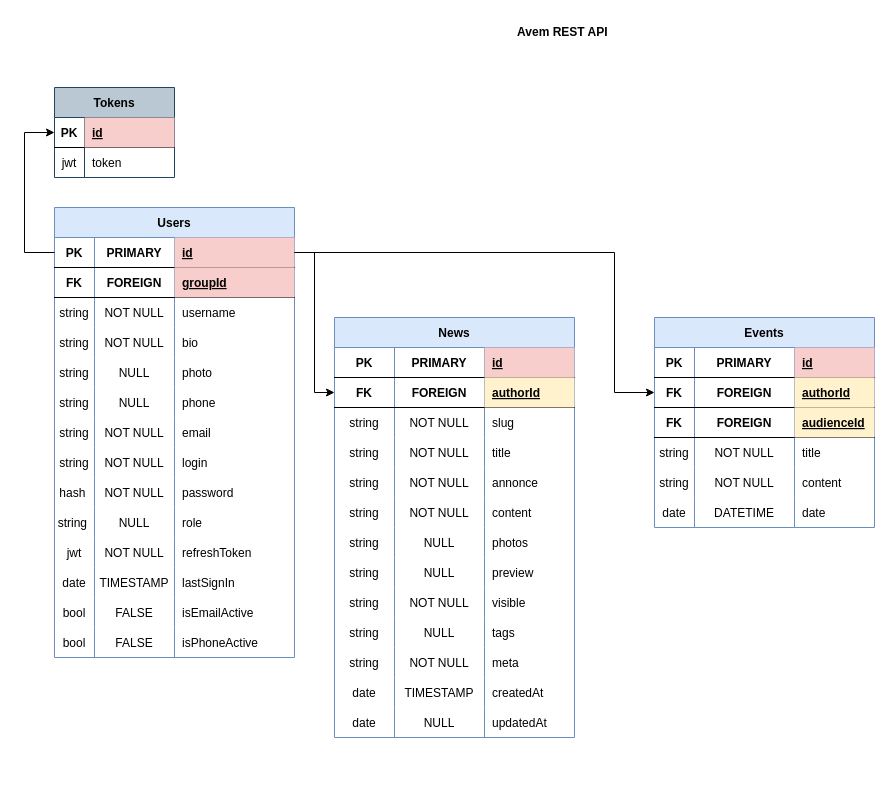
This is Untitled Diagram.drawio from BawNer/avem-server, a draw.io file, before an edit. Source tidied: cells renumbered, new cells numbered last; positions are measured from the earlier drawing's top-left corner, leaving out a move shared by most shapes. Both pictures are drawn from the tidied source at 100%, with x=0, y=0 at pixel (24, 17).
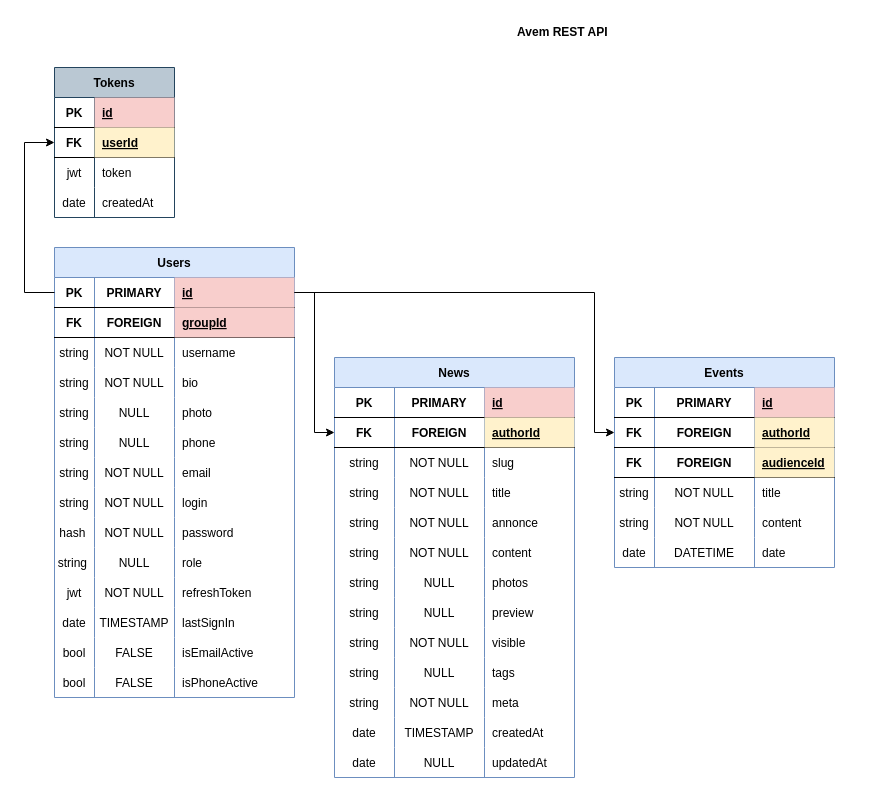
After the change.

The change refers to these unchanged cells:
```xml
<mxCell id="3" style="shape=tableRow;horizontal=0;startSize=0;swimlaneHead=0;swimlaneBody=0;fillColor=none;points=[[0,0.5],[1,0.5]];portConstraint=eastwest;top=0;left=0;right=0;bottom=1;" parent="2" vertex="1">
  <mxGeometry y="30" width="240" height="30" as="geometry" />
</mxCell>
<mxCell id="61" style="shape=tableRow;horizontal=0;startSize=0;swimlaneHead=0;swimlaneBody=0;fillColor=none;points=[[0,0.5],[1,0.5]];portConstraint=eastwest;top=0;left=0;right=0;bottom=1;sketch=0;" parent="60" vertex="1">
  <mxGeometry y="30" width="120" height="30" as="geometry" />
</mxCell>
<mxCell id="73" style="shape=tableRow;horizontal=0;startSize=0;swimlaneHead=0;swimlaneBody=0;fillColor=none;points=[[0,0.5],[1,0.5]];portConstraint=eastwest;top=0;left=0;right=0;bottom=1;sketch=0;" parent="68" vertex="1">
  <mxGeometry y="60" width="240" height="30" as="geometry" />
</mxCell>
<mxCell id="127" style="shape=tableRow;horizontal=0;startSize=0;swimlaneHead=0;swimlaneBody=0;fillColor=none;points=[[0,0.5],[1,0.5]];portConstraint=eastwest;top=0;left=0;right=0;bottom=1;sketch=0;" parent="122" vertex="1">
  <mxGeometry y="60" width="220" height="30" as="geometry" />
</mxCell>
```

What changed in the source:
```diff
@@
     <mxCell id="2" value="Users" style="shape=table;startSize=30;childLayout=tableLayout;rowLines=0;fontStyle=1;align=center;verticalAlign=middle;fillColor=#dae8fc;strokeColor=#6c8ebf;" parent="1" vertex="1">
-      <mxGeometry x="30" y="190" width="240" height="450" as="geometry" />
+      <mxGeometry x="30" y="230" width="240" height="450" as="geometry" />
     </mxCell>
@@
     <mxCell id="60" value="Tokens" style="shape=table;startSize=30;childLayout=tableLayout;rowLines=0;fontStyle=1;align=center;sketch=0;fillColor=#bac8d3;strokeColor=#23445d;" parent="1" vertex="1">
-      <mxGeometry x="30" y="70" width="120" height="90" as="geometry" />
+      <mxGeometry x="30" y="50" width="120" height="150" as="geometry" />
     </mxCell>
@@
     <mxCell id="62" value="PK" style="shape=partialRectangle;fillColor=none;top=0;left=0;bottom=0;right=0;fontStyle=1;overflow=hidden;sketch=0;" parent="61" vertex="1">
-      <mxGeometry width="30" height="30" as="geometry" />
+      <mxGeometry width="40" height="30" as="geometry" />
     </mxCell>
     <mxCell id="63" value="id" style="shape=partialRectangle;fillColor=#f8cecc;top=0;left=0;bottom=0;right=0;align=left;spacingLeft=6;fontStyle=5;overflow=hidden;sketch=0;strokeColor=#b85450;" parent="61" vertex="1">
-      <mxGeometry x="30" width="90" height="30" as="geometry" />
+      <mxGeometry x="40" width="80" height="30" as="geometry" />
     </mxCell>
+    <mxCell id="148" style="shape=tableRow;horizontal=0;startSize=0;swimlaneHead=0;swimlaneBody=0;fillColor=none;points=[[0,0.5],[1,0.5]];portConstraint=eastwest;top=0;left=0;right=0;bottom=1;sketch=0;" parent="60" vertex="1">
+      <mxGeometry y="60" width="120" height="30" as="geometry" />
+    </mxCell>
+    <mxCell id="149" value="FK" style="shape=partialRectangle;fillColor=none;top=0;left=0;bottom=0;right=0;fontStyle=1;overflow=hidden;sketch=0;" parent="148" vertex="1">
+      <mxGeometry width="40" height="30" as="geometry" />
+    </mxCell>
+    <mxCell id="150" value="userId" style="shape=partialRectangle;fillColor=#fff2cc;top=0;left=0;bottom=0;right=0;align=left;spacingLeft=6;fontStyle=5;overflow=hidden;sketch=0;strokeColor=#d6b656;" parent="148" vertex="1">
+      <mxGeometry x="40" width="80" height="30" as="geometry" />
+    </mxCell>
     <mxCell id="64" style="shape=tableRow;horizontal=0;startSize=0;swimlaneHead=0;swimlaneBody=0;fillColor=none;top=0;left=0;right=0;bottom=0;sketch=0;" parent="60" vertex="1">
-      <mxGeometry y="60" width="120" height="30" as="geometry" />
+      <mxGeometry y="90" width="120" height="30" as="geometry" />
     </mxCell>
     <mxCell id="65" value="jwt" style="shape=partialRectangle;fillColor=none;top=0;left=0;bottom=0;right=0;overflow=hidden;sketch=0;" parent="64" vertex="1">
-      <mxGeometry width="30" height="30" as="geometry" />
+      <mxGeometry width="40" height="30" as="geometry" />
     </mxCell>
     <mxCell id="66" value="token" style="shape=partialRectangle;fillColor=none;top=0;left=0;bottom=0;right=0;align=left;spacingLeft=6;overflow=hidden;sketch=0;" parent="64" vertex="1">
-      <mxGeometry x="30" width="90" height="30" as="geometry" />
+      <mxGeometry x="40" width="80" height="30" as="geometry" />
     </mxCell>
+    <mxCell id="151" style="shape=tableRow;horizontal=0;startSize=0;swimlaneHead=0;swimlaneBody=0;fillColor=none;top=0;left=0;right=0;bottom=0;sketch=0;" parent="60" vertex="1">
+      <mxGeometry y="120" width="120" height="30" as="geometry" />
+    </mxCell>
+    <mxCell id="152" value="date" style="shape=partialRectangle;fillColor=none;top=0;left=0;bottom=0;right=0;overflow=hidden;sketch=0;" parent="151" vertex="1">
+      <mxGeometry width="40" height="30" as="geometry" />
+    </mxCell>
+    <mxCell id="153" value="createdAt" style="shape=partialRectangle;fillColor=none;top=0;left=0;bottom=0;right=0;align=left;spacingLeft=6;overflow=hidden;sketch=0;" parent="151" vertex="1">
+      <mxGeometry x="40" width="80" height="30" as="geometry" />
+    </mxCell>
-    <mxCell id="67" style="edgeStyle=orthogonalEdgeStyle;rounded=0;jettySize=auto;html=1;entryX=0;entryY=0.5;entryDx=0;entryDy=0;exitX=0;exitY=0.5;exitDx=0;exitDy=0;" parent="1" edge="1" source="3" target="61">
+    <mxCell id="67" style="edgeStyle=orthogonalEdgeStyle;rounded=0;jettySize=auto;html=1;entryX=0;entryY=0.5;entryDx=0;entryDy=0;exitX=0;exitY=0.5;exitDx=0;exitDy=0;" parent="1" edge="1" source="3" target="148">
       <mxGeometry relative="1" as="geometry">
         <Array as="points">
-          <mxPoint y="235" />
-          <mxPoint y="115" />
+          <mxPoint y="275" />
+          <mxPoint y="125" />
         </Array>
       </mxGeometry>
     </mxCell>
     <mxCell id="68" value="News" style="shape=table;startSize=30;childLayout=tableLayout;rowLines=0;fontStyle=1;align=center;sketch=0;fillColor=#dae8fc;strokeColor=#6c8ebf;" parent="1" vertex="1">
-      <mxGeometry x="310" y="300" width="240" height="420" as="geometry" />
+      <mxGeometry x="310" y="340" width="240" height="420" as="geometry" />
     </mxCell>
@@
     <mxCell id="121" style="edgeStyle=orthogonalEdgeStyle;rounded=0;jettySize=auto;html=1;exitX=1;exitY=0.5;exitDx=0;exitDy=0;entryX=0;entryY=0.5;entryDx=0;entryDy=0;" parent="1" edge="1" source="3" target="73">
       <mxGeometry relative="1" as="geometry">
         <Array as="points">
-          <mxPoint x="290" y="235" />
-          <mxPoint x="290" y="375" />
+          <mxPoint x="290" y="275" />
+          <mxPoint x="290" y="415" />
         </Array>
       </mxGeometry>
     </mxCell>
     <mxCell id="122" value="Events" style="shape=table;startSize=30;childLayout=tableLayout;rowLines=0;fontStyle=1;align=center;sketch=0;fillColor=#dae8fc;strokeColor=#6c8ebf;" parent="1" vertex="1">
-      <mxGeometry x="630" y="300" width="220" height="210" as="geometry" />
+      <mxGeometry x="590" y="340" width="220" height="210" as="geometry" />
     </mxCell>
@@
     <mxCell id="147" style="edgeStyle=orthogonalEdgeStyle;rounded=0;jettySize=auto;html=1;exitX=1;exitY=0.5;exitDx=0;exitDy=0;entryX=0;entryY=0.5;entryDx=0;entryDy=0;" parent="1" edge="1" source="3" target="127">
       <mxGeometry relative="1" as="geometry">
         <Array as="points">
-          <mxPoint x="590" y="235" />
-          <mxPoint x="590" y="375" />
+          <mxPoint x="570" y="275" />
+          <mxPoint x="570" y="415" />
         </Array>
       </mxGeometry>
     </mxCell>
```
